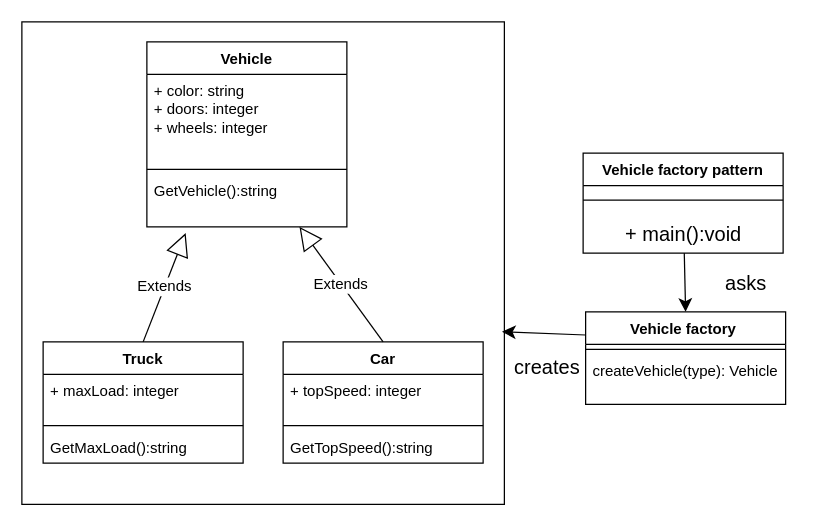
The draw.io diagram page "Page-2" (2 of 2) of firstTask.drawio in MacroFlower/NoroffFirst, before the edit. Source tidied: cells renumbered, new cells numbered last; positions are measured from the earlier drawing's top-left corner, leaving out a move shared by most shapes. Both pictures are drawn from the tidied source at 125%, with x=0, y=0 at pixel (21, 21).
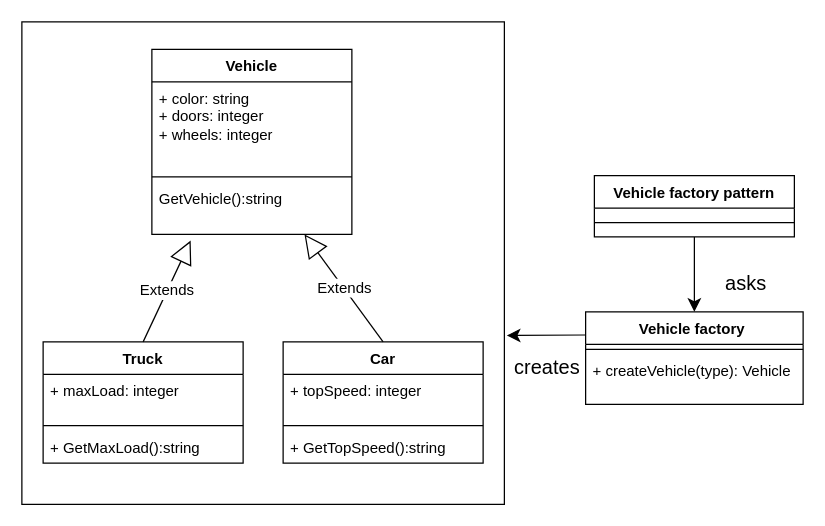
The same page after the edit.

Unchanged cells that the change refers to:
```xml
<mxCell id="2" style="whiteSpace=wrap;html=1;" parent="1" vertex="1">
  <mxGeometry width="386" height="386" as="geometry" />
</mxCell>
<mxCell id="3" value="Truck" style="swimlane;fontStyle=1;align=center;verticalAlign=top;horizontal=1;startSize=26;whiteSpace=wrap;html=1;" parent="1" vertex="1">
  <mxGeometry x="17" y="256" width="160" height="97" as="geometry" />
</mxCell>
<mxCell id="7" value="Car" style="swimlane;fontStyle=1;align=center;verticalAlign=top;horizontal=1;startSize=26;whiteSpace=wrap;html=1;" parent="1" vertex="1">
  <mxGeometry x="209" y="256" width="160" height="97" as="geometry" />
</mxCell>
```

The edit, as a diff of the source:
```diff
@@
-    <mxCell id="6" value="GetMaxLoad():string" style="text;strokeColor=none;fillColor=none;align=left;verticalAlign=top;spacingLeft=4;spacingRight=4;overflow=hidden;whiteSpace=wrap;html=1;" parent="3" vertex="1">
+    <mxCell id="6" value="+ GetMaxLoad():string" style="text;strokeColor=none;fillColor=none;align=left;verticalAlign=top;spacingLeft=4;spacingRight=4;overflow=hidden;whiteSpace=wrap;html=1;" parent="3" vertex="1">
       <mxGeometry y="71" width="160" height="26" as="geometry" />
     </mxCell>
@@
-    <mxCell id="10" value="GetTopSpeed():string" style="text;strokeColor=none;fillColor=none;align=left;verticalAlign=top;spacingLeft=4;spacingRight=4;overflow=hidden;whiteSpace=wrap;html=1;" parent="7" vertex="1">
+    <mxCell id="10" value="+ GetTopSpeed():string" style="text;strokeColor=none;fillColor=none;align=left;verticalAlign=top;spacingLeft=4;spacingRight=4;overflow=hidden;whiteSpace=wrap;html=1;" parent="7" vertex="1">
       <mxGeometry y="71" width="160" height="26" as="geometry" />
     </mxCell>
     <mxCell id="11" value="Vehicle" style="swimlane;fontStyle=1;align=center;verticalAlign=top;horizontal=1;startSize=26;whiteSpace=wrap;html=1;" parent="1" vertex="1">
-      <mxGeometry x="100" y="16" width="160" height="148" as="geometry" />
+      <mxGeometry x="104" y="22" width="160" height="148" as="geometry" />
     </mxCell>
@@
     <mxCell id="18" value="Vehicle factory pattern" style="swimlane;fontStyle=1;align=center;verticalAlign=top;horizontal=1;startSize=26;whiteSpace=wrap;html=1;" parent="1" vertex="1">
-      <mxGeometry x="449" y="105" width="160" height="80" as="geometry" />
+      <mxGeometry x="458" y="123" width="160" height="49" as="geometry" />
     </mxCell>
@@
-    <mxCell id="20" value="+ main():void" style="text;html=1;align=center;verticalAlign=middle;strokeColor=none;fillColor=none;fontSize=16;" parent="18" vertex="1">
-      <mxGeometry y="49" width="160" height="31" as="geometry" />
-    </mxCell>
     <mxCell id="21" value="Vehicle factory&amp;nbsp;" style="swimlane;fontStyle=1;align=center;verticalAlign=top;horizontal=1;startSize=26;whiteSpace=wrap;html=1;" parent="1" vertex="1">
-      <mxGeometry x="451" y="232" width="160" height="74" as="geometry" />
+      <mxGeometry x="451" y="232" width="174" height="74" as="geometry" />
     </mxCell>
     <mxCell id="22" style="line;strokeWidth=1;fillColor=none;align=left;verticalAlign=middle;spacingTop=-1;spacingLeft=3;spacingRight=3;labelPosition=right;strokeColor=inherit;" parent="21" vertex="1">
-      <mxGeometry y="26" width="160" height="8" as="geometry" />
+      <mxGeometry y="26" width="174" height="8" as="geometry" />
     </mxCell>
-    <mxCell id="23" value="createVehicle(type): Vehicle" style="text;strokeColor=none;fillColor=none;align=left;verticalAlign=top;spacingLeft=4;spacingRight=4;overflow=hidden;whiteSpace=wrap;html=1;" parent="21" vertex="1">
-      <mxGeometry y="34" width="160" height="40" as="geometry" />
+    <mxCell id="23" value="+ createVehicle(type): Vehicle" style="text;strokeColor=none;fillColor=none;align=left;verticalAlign=top;spacingLeft=4;spacingRight=4;overflow=hidden;whiteSpace=wrap;html=1;" parent="21" vertex="1">
+      <mxGeometry y="34" width="174" height="40" as="geometry" />
     </mxCell>
-    <mxCell id="24" style="endArrow=classic;html=1;rounded=0;fontSize=12;startSize=8;endSize=8;curved=1;entryX=0.995;entryY=0.642;entryDx=0;entryDy=0;entryPerimeter=0;exitX=0;exitY=0.25;exitDx=0;exitDy=0;" parent="1" edge="1" source="21" target="2">
+    <mxCell id="24" style="endArrow=classic;html=1;rounded=0;fontSize=12;startSize=8;endSize=8;curved=1;exitX=0;exitY=0.25;exitDx=0;exitDy=0;entryX=1.005;entryY=0.65;entryDx=0;entryDy=0;entryPerimeter=0;" parent="1" edge="1" source="21" target="2">
       <mxGeometry relative="1" as="geometry" />
     </mxCell>
```
